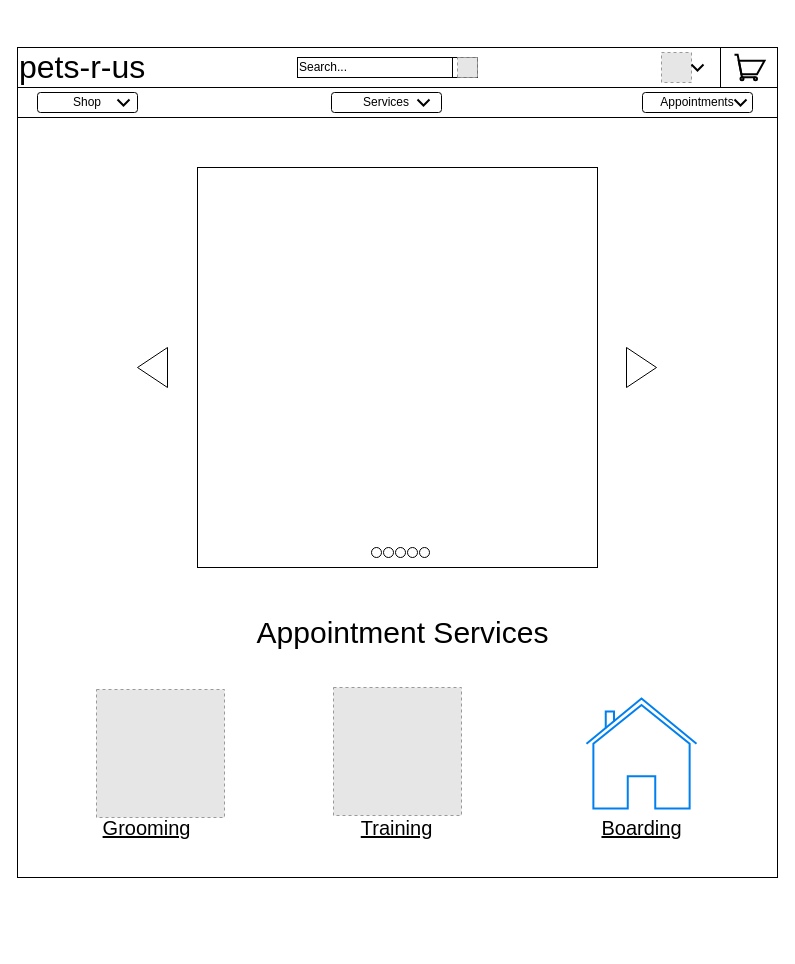
Before: Wireframe1.drawio in joneskj55/wireframes, a draw.io diagram. Source tidied: cells renumbered, new cells numbered last; positions are measured from the earlier drawing's top-left corner, leaving out a move shared by most shapes. Both pictures are drawn from the tidied source at 100%, with x=0, y=0 at pixel (17, 47). Pictures stored in the file or linked from it are replaced by grey dashed boxes.
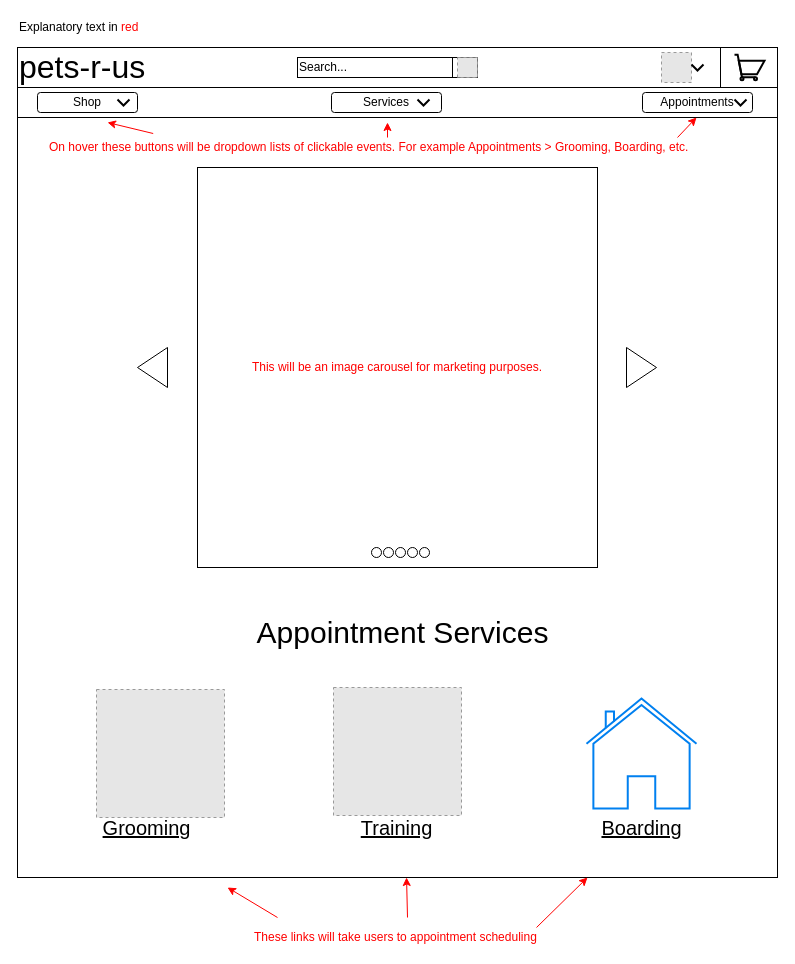
The same diagram, later.

Commit message:
complete Wireframe1.drawio with explanatory text

The change refers to these unchanged cells:
```xml
<mxCell id="2" style="whiteSpace=wrap;html=1;" parent="1" vertex="1">
  <mxGeometry y="70" width="760" height="760" as="geometry" />
</mxCell>
```

Diff of the diagram source:
```diff
@@
-    <mxCell id="5" style="whiteSpace=wrap;html=1;" parent="1" vertex="1">
+    <mxCell id="5" value="&lt;font color=&quot;#ff0000&quot;&gt;This will be an image carousel for marketing purposes.&lt;/font&gt;" style="whiteSpace=wrap;html=1;" parent="1" vertex="1">
       <mxGeometry x="180" y="120" width="400" height="400" as="geometry" />
     </mxCell>
@@
+    <mxCell id="33" value="&lt;font color=&quot;#ff0000&quot;&gt;On hover these buttons will be dropdown lists of clickable events. For example Appointments &amp;gt; Grooming, Boarding, etc.&lt;/font&gt;" style="text;html=1;strokeColor=none;fillColor=none;align=left;verticalAlign=middle;whiteSpace=wrap;rounded=0;" parent="1" vertex="1">
+      <mxGeometry x="30" y="90" width="700" height="20" as="geometry" />
+    </mxCell>
+    <mxCell id="34" style="endArrow=classic;html=1;strokeColor=#FF0000;" parent="1" edge="1">
+      <mxGeometry relative="1" as="geometry">
+        <mxPoint x="660" y="90" as="sourcePoint" />
+        <mxPoint x="679" y="70" as="targetPoint" />
+      </mxGeometry>
+    </mxCell>
+    <mxCell id="35" style="endArrow=classic;html=1;strokeColor=#FF0000;" parent="1" edge="1">
+      <mxGeometry relative="1" as="geometry">
+        <mxPoint x="370" y="90" as="sourcePoint" />
+        <mxPoint x="370" y="75" as="targetPoint" />
+      </mxGeometry>
+    </mxCell>
+    <mxCell id="36" value="Explanatory text in &lt;font color=&quot;#ff0000&quot;&gt;red&lt;/font&gt;" style="text;html=1;align=left;verticalAlign=middle;" parent="1" vertex="1">
+      <mxGeometry y="-30" width="130" height="20" as="geometry" />
+    </mxCell>
+    <mxCell id="37" style="endArrow=classic;html=1;strokeColor=#FF0000;exitX=0.151;exitY=-0.2;exitDx=0;exitDy=0;exitPerimeter=0;" parent="1" edge="1" source="33">
+      <mxGeometry relative="1" as="geometry">
+        <mxPoint x="90" y="75" as="targetPoint" />
+      </mxGeometry>
+    </mxCell>
+    <mxCell id="38" value="&lt;font color=&quot;#ff0000&quot;&gt;These links will take users to appointment scheduling&lt;/font&gt;" style="text;html=1;align=left;verticalAlign=middle;" parent="1" vertex="1">
+      <mxGeometry x="235" y="880" width="300" height="20" as="geometry" />
+    </mxCell>
+    <mxCell id="39" style="endArrow=classic;html=1;strokeColor=#FF0000;" parent="1" edge="1">
+      <mxGeometry relative="1" as="geometry">
+        <mxPoint x="519" y="880" as="sourcePoint" />
+        <mxPoint x="570" y="830" as="targetPoint" />
+      </mxGeometry>
+    </mxCell>
+    <mxCell id="40" style="endArrow=classic;html=1;strokeColor=#FF0000;" parent="1" edge="1" target="2">
+      <mxGeometry relative="1" as="geometry">
+        <mxPoint x="390" y="870" as="sourcePoint" />
+      </mxGeometry>
+    </mxCell>
+    <mxCell id="41" style="endArrow=classic;html=1;strokeColor=#FF0000;" parent="1" edge="1">
+      <mxGeometry relative="1" as="geometry">
+        <mxPoint x="260" y="870" as="sourcePoint" />
+        <mxPoint x="210" y="840" as="targetPoint" />
+      </mxGeometry>
+    </mxCell>
```
